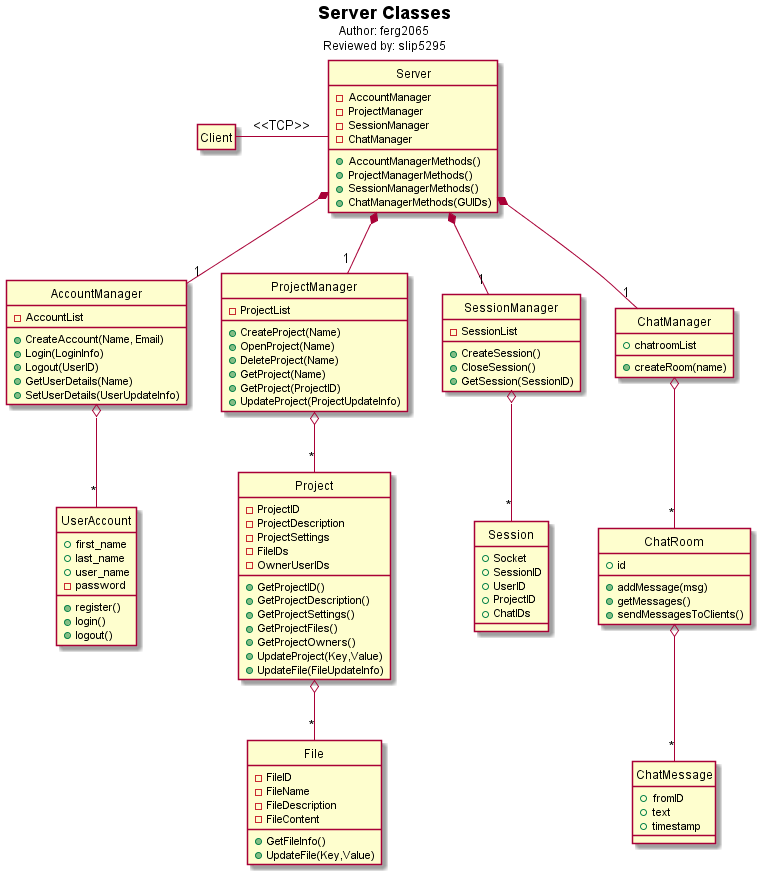
Above: hw3/server_detail.png in voxelv/sQuire_kw (PlantUML), before the change.
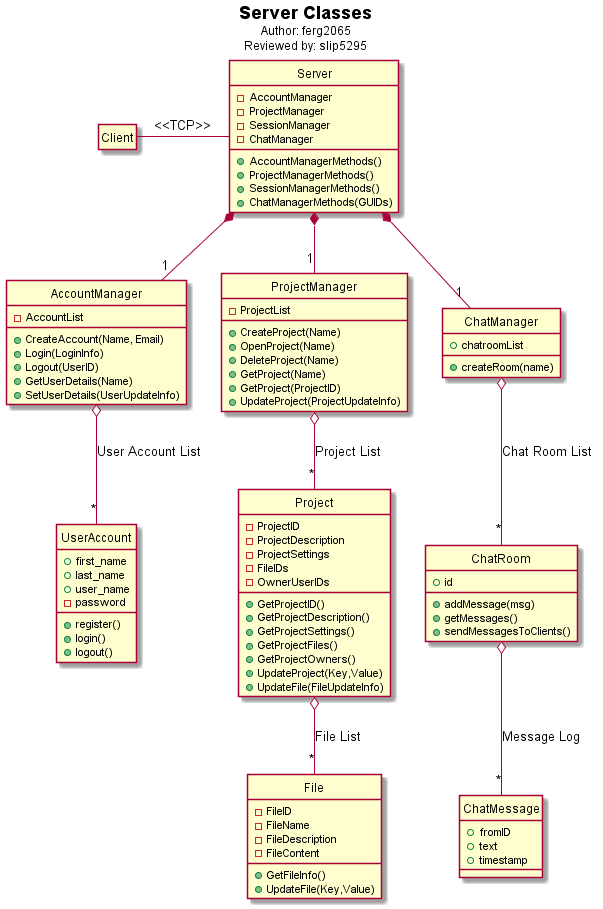
After the commit.

Diff of the diagram source:
```diff
@@ -63,19 +63,6 @@
 				+GetFileInfo()
 				+UpdateFile(Key,Value)
 				}
-	class "SessionManager" as sqs_se_m{
-		-SessionList
-		+CreateSession()
-		+CloseSession()
-		+GetSession(SessionID)
-		}
-		class "Session" as sqs_se{
-			+Socket
-			+SessionID
-			+UserID
-			+ProjectID
-			+ChatIDs
-			}
 	class "ChatManager" as sqs_ch_m{
 		+chatroomList
 		+createRoom(name)
@@ -96,15 +83,13 @@
 sq -right- sqs : <<TCP>>
 
 	sqs *-- "1" sqs_pr_m
-		sqs_pr_m o-- "*" sqs_pr
-			sqs_pr o-- "*" sqs_fi
+		sqs_pr_m o-- "*" sqs_pr : Project List
+			sqs_pr o-- "*" sqs_fi : File List
 	sqs *-- "1" sqs_ua_m
-		sqs_ua_m o-- "*" sqs_ua
+		sqs_ua_m o-- "*" sqs_ua : User Account List
 	sqs *-- "1" sqs_ch_m
-		sqs_ch_m o-- "*" sqs_ch
-			sqs_ch o-- "*" sqs_ch_mes
-	sqs *-- "1" sqs_se_m
-		sqs_se_m o-- "*" sqs_se
+		sqs_ch_m o-- "*" sqs_ch : Chat Room List
+			sqs_ch o-- "*" sqs_ch_mes : Message Log
 
 
 
```
